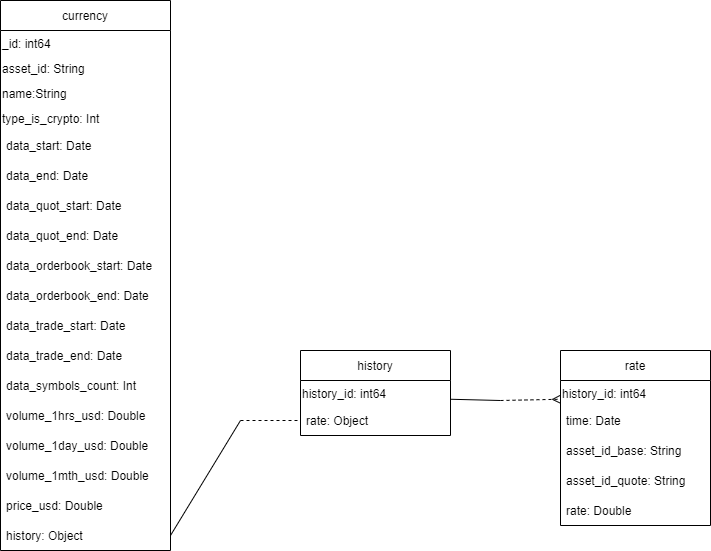
This is DataModelSql.png from moevm/nosql2h21-crypto-mongodb, a draw.io export, as it was before one commit. Source tidied: cells renumbered, new cells last; positions are measured from the earlier drawing's top-left corner, leaving out a move shared by most shapes.
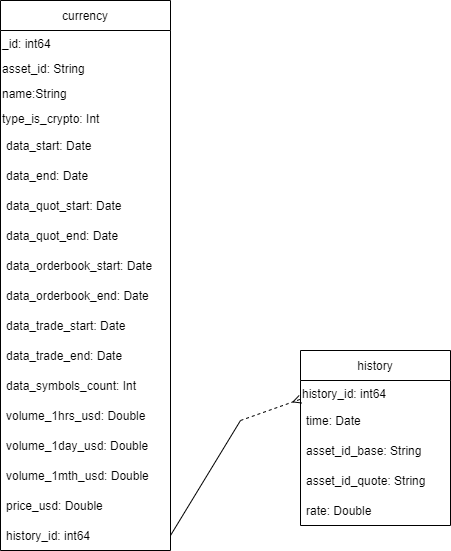
The same diagram one commit later.

What changed in the source:
```diff
@@ -56,54 +56,35 @@
     <mxCell id="19" value="price_usd: Double " style="text;strokeColor=none;fillColor=none;align=left;verticalAlign=middle;spacingLeft=4;spacingRight=4;overflow=hidden;" parent="2" vertex="1">
       <mxGeometry y="490" width="170" height="30" as="geometry" />
     </mxCell>
-    <mxCell id="20" value="history: Object " style="text;strokeColor=none;fillColor=none;align=left;verticalAlign=middle;spacingLeft=4;spacingRight=4;overflow=hidden;points=[[0,0.5],[1,0.5]];portConstraint=eastwest;" parent="2" vertex="1">
+    <mxCell id="20" value="history_id: int64 " style="text;strokeColor=none;fillColor=none;align=left;verticalAlign=middle;spacingLeft=4;spacingRight=4;overflow=hidden;points=[[0,0.5],[1,0.5]];portConstraint=eastwest;" parent="2" vertex="1">
       <mxGeometry y="520" width="170" height="30" as="geometry" />
     </mxCell>
     <mxCell id="21" value="history" style="swimlane;fontStyle=0;horizontal=1;startSize=30;" parent="1" vertex="1">
-      <mxGeometry x="300" y="350" width="150" height="85" as="geometry" />
+      <mxGeometry x="300" y="350" width="150" height="175" as="geometry" />
     </mxCell>
     <mxCell id="22" value="history_id: int64" style="text;html=1;strokeColor=none;fillColor=none;align=left;verticalAlign=middle;whiteSpace=wrap;rounded=0;glass=0;" parent="21" vertex="1">
       <mxGeometry y="30" width="150" height="25" as="geometry" />
     </mxCell>
-    <mxCell id="23" value="rate: Object" style="text;strokeColor=none;fillColor=none;align=left;verticalAlign=middle;spacingLeft=4;spacingRight=4;overflow=hidden;points=[[0,0.5],[1,0.5]];portConstraint=eastwest;" parent="21" vertex="1">
-      <mxGeometry y="55" width="150" height="30" as="geometry" />
-    </mxCell>
-    <mxCell id="24" value="rate" style="swimlane;fontStyle=0;horizontal=1;startSize=30;" parent="1" vertex="1">
-      <mxGeometry x="560" y="350" width="150" height="175" as="geometry" />
-    </mxCell>
-    <mxCell id="25" value="history_id: int64" style="text;html=1;strokeColor=none;fillColor=none;align=left;verticalAlign=middle;whiteSpace=wrap;rounded=0;glass=0;" parent="24" vertex="1">
-      <mxGeometry y="30" width="150" height="25" as="geometry" />
-    </mxCell>
-    <mxCell id="26" value="time: Date" style="text;strokeColor=none;fillColor=none;align=left;verticalAlign=middle;spacingLeft=4;spacingRight=4;overflow=hidden;" parent="24" vertex="1">
+    <mxCell id="26" value="time: Date" style="text;strokeColor=none;fillColor=none;align=left;verticalAlign=middle;spacingLeft=4;spacingRight=4;overflow=hidden;" parent="21" vertex="1">
       <mxGeometry y="55" width="150" height="30" as="geometry" />
     </mxCell>
-    <mxCell id="27" value="asset_id_base: String" style="text;strokeColor=none;fillColor=none;align=left;verticalAlign=middle;spacingLeft=4;spacingRight=4;overflow=hidden;" parent="24" vertex="1">
+    <mxCell id="27" value="asset_id_base: String" style="text;strokeColor=none;fillColor=none;align=left;verticalAlign=middle;spacingLeft=4;spacingRight=4;overflow=hidden;" parent="21" vertex="1">
       <mxGeometry y="85" width="150" height="30" as="geometry" />
     </mxCell>
-    <mxCell id="28" value="asset_id_quote: String " style="text;strokeColor=none;fillColor=none;align=left;verticalAlign=middle;spacingLeft=4;spacingRight=4;overflow=hidden;" parent="24" vertex="1">
+    <mxCell id="28" value="asset_id_quote: String " style="text;strokeColor=none;fillColor=none;align=left;verticalAlign=middle;spacingLeft=4;spacingRight=4;overflow=hidden;" parent="21" vertex="1">
       <mxGeometry y="115" width="150" height="30" as="geometry" />
     </mxCell>
-    <mxCell id="29" value="rate: Double" style="text;strokeColor=none;fillColor=none;align=left;verticalAlign=middle;spacingLeft=4;spacingRight=4;overflow=hidden;" parent="24" vertex="1">
+    <mxCell id="29" value="rate: Double" style="text;strokeColor=none;fillColor=none;align=left;verticalAlign=middle;spacingLeft=4;spacingRight=4;overflow=hidden;" parent="21" vertex="1">
       <mxGeometry y="145" width="150" height="30" as="geometry" />
     </mxCell>
-    <mxCell id="30" style="endArrow=none;html=1;rounded=0;entryX=0;entryY=0.5;entryDx=0;entryDy=0;endFill=0;dashed=1;" parent="1" edge="1" target="23">
-      <mxGeometry relative="1" as="geometry">
-        <mxPoint x="240" y="420" as="sourcePoint" />
-      </mxGeometry>
-    </mxCell>
     <mxCell id="31" style="endArrow=none;html=1;rounded=0;exitX=1;exitY=0.5;exitDx=0;exitDy=0;endFill=0;" parent="1" edge="1" source="20">
       <mxGeometry relative="1" as="geometry">
         <mxPoint x="240" y="420" as="targetPoint" />
       </mxGeometry>
     </mxCell>
-    <mxCell id="32" style="endArrow=none;html=1;rounded=0;exitX=1;exitY=0.75;exitDx=0;exitDy=0;endFill=0;" parent="1" edge="1" source="22">
-      <mxGeometry relative="1" as="geometry">
-        <mxPoint x="500" y="400" as="targetPoint" />
-      </mxGeometry>
-    </mxCell>
-    <mxCell id="33" style="endArrow=ERmany;html=1;rounded=0;entryX=0;entryY=0.75;entryDx=0;entryDy=0;endFill=0;dashed=1;" parent="1" edge="1" target="25">
+    <mxCell id="33" style="endArrow=ERmany;html=1;rounded=0;entryX=0;entryY=0.75;entryDx=0;entryDy=0;endFill=0;dashed=1;" parent="1" edge="1" target="22">
       <mxGeometry relative="1" as="geometry">
-        <mxPoint x="500" y="400" as="sourcePoint" />
+        <mxPoint x="240" y="420" as="sourcePoint" />
       </mxGeometry>
     </mxCell>
   </root>
```
